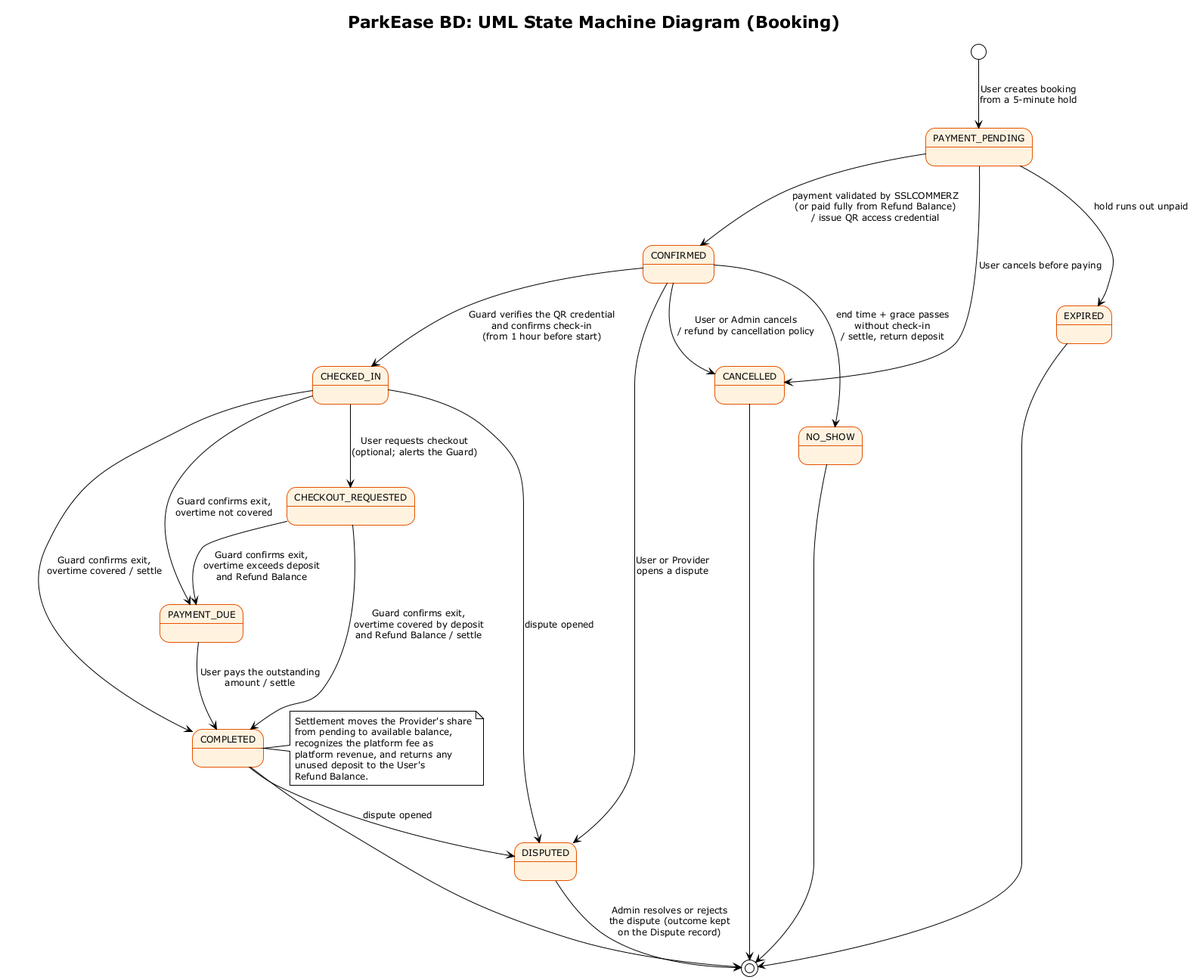
This is docs/diagrams/uml-booking-state.png from 0xFaysal/se-lab-wake-up-to-reality, a PlantUML export, as it was before one commit. The source it was exported from:
```plantuml
@startuml uml-booking-state
!theme plain
title ParkEase BD: UML State Machine Diagram (Booking)

skinparam backgroundColor white
skinparam shadowing false
skinparam defaultFontSize 12
skinparam state {
  BackgroundColor #FFF3E0
  BorderColor #E65100
}

[*] --> PAYMENT_PENDING : User creates booking\nfrom a 5-minute hold

PAYMENT_PENDING --> CONFIRMED : payment validated by SSLCOMMERZ\n(or paid fully from Refund Balance)\n/ issue QR access credential
PAYMENT_PENDING --> EXPIRED : hold runs out unpaid
PAYMENT_PENDING --> CANCELLED : User cancels before paying

CONFIRMED --> CHECKED_IN : Guard verifies the QR credential\nand confirms check-in\n(from 1 hour before start)
CONFIRMED --> CANCELLED : User or Admin cancels\n/ refund by cancellation policy
CONFIRMED --> NO_SHOW : end time + grace passes\nwithout check-in\n/ settle, return deposit

CHECKED_IN --> CHECKOUT_REQUESTED : User requests checkout\n(optional; alerts the Guard)
CHECKED_IN --> COMPLETED : Guard confirms exit,\novertime covered / settle
CHECKOUT_REQUESTED --> COMPLETED : Guard confirms exit,\novertime covered by deposit\nand Refund Balance / settle
CHECKOUT_REQUESTED --> PAYMENT_DUE : Guard confirms exit,\novertime exceeds deposit\nand Refund Balance
CHECKED_IN --> PAYMENT_DUE : Guard confirms exit,\novertime not covered
PAYMENT_DUE --> COMPLETED : User pays the outstanding\namount / settle

CONFIRMED --> DISPUTED : User or Provider\nopens a dispute
CHECKED_IN --> DISPUTED : dispute opened
COMPLETED --> DISPUTED : dispute opened
DISPUTED --> [*] : Admin resolves or rejects\nthe dispute (outcome kept\non the Dispute record)

COMPLETED --> [*]
CANCELLED --> [*]
EXPIRED --> [*]
NO_SHOW --> [*]

note right of COMPLETED
  Settlement moves the Provider's share
  from pending to available balance,
  recognizes the platform fee as
  platform revenue, and returns any
  unused deposit to the User's
  Refund Balance.
end note

@enduml
```
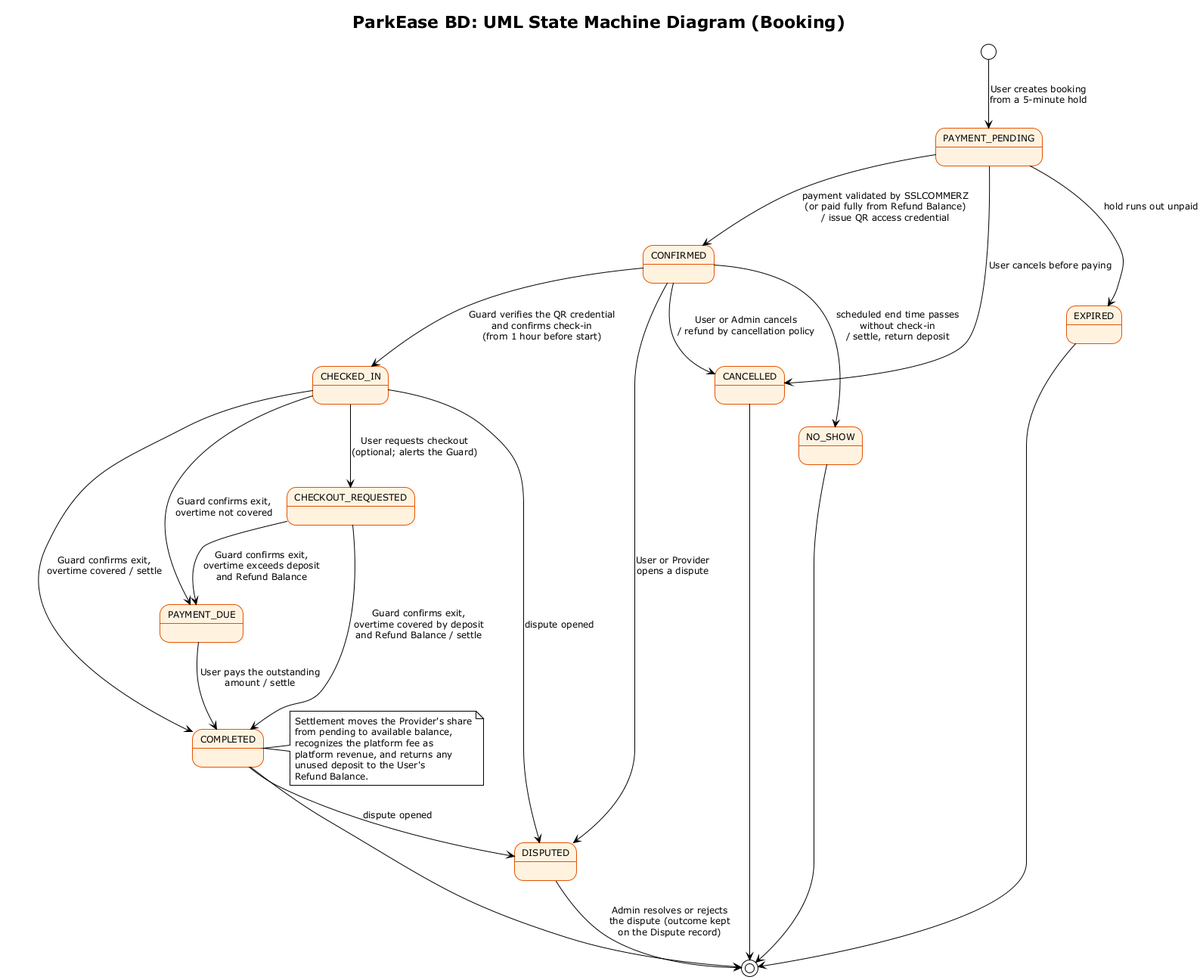
Later version of the same file.

Commit message:
docs(diagrams): mark no-show at the scheduled end in the booking state machine

The edit, as a diff of the source:
```diff
@@ -18,7 +18,7 @@
 
 CONFIRMED --> CHECKED_IN : Guard verifies the QR credential\nand confirms check-in\n(from 1 hour before start)
 CONFIRMED --> CANCELLED : User or Admin cancels\n/ refund by cancellation policy
-CONFIRMED --> NO_SHOW : end time + grace passes\nwithout check-in\n/ settle, return deposit
+CONFIRMED --> NO_SHOW : scheduled end time passes\nwithout check-in\n/ settle, return deposit
 
 CHECKED_IN --> CHECKOUT_REQUESTED : User requests checkout\n(optional; alerts the Guard)
 CHECKED_IN --> COMPLETED : Guard confirms exit,\novertime covered / settle
```
